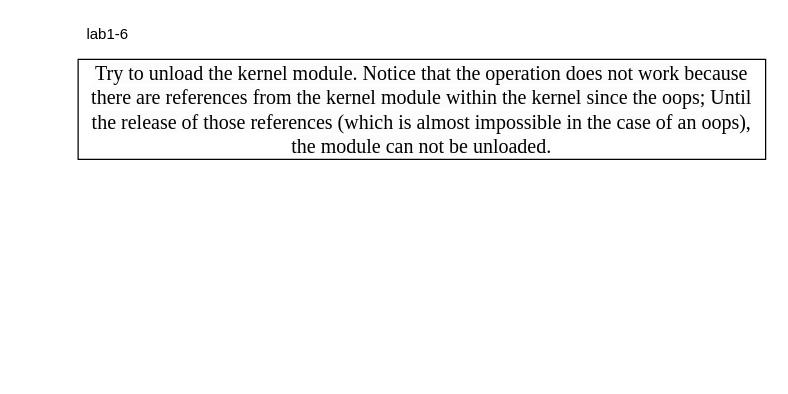
Earlier version of the draw.io diagram page "linux-kernel-lab" (5 of 5) of note_fork.drawio (ganjue66da/ganjue66da). Source tidied: cells renumbered, new cells numbered last; positions are measured from the earlier drawing's top-left corner, leaving out a move shared by most shapes. Both pictures are drawn from the tidied source at 125%, with x=0, y=0 at pixel (78, 21).
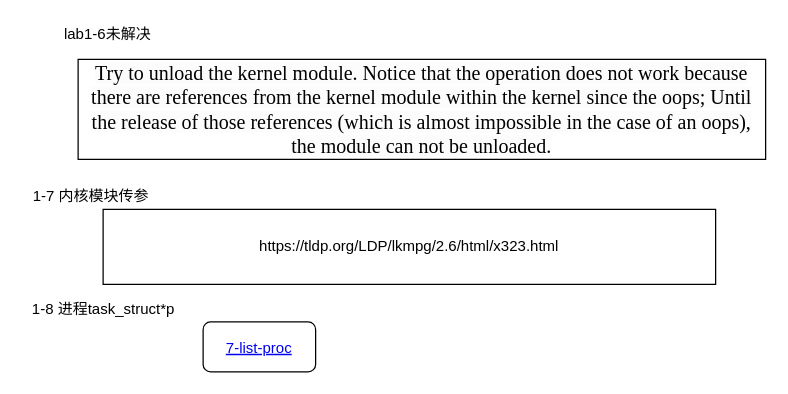
After the change.

What changed in the source:
```diff
@@
 <mxGraphModel>
   <root>
     <mxCell id="0" />
     <mxCell id="1" parent="0" />
-    <mxCell id="2" value="lab1-6&amp;nbsp;" style="text;html=1;align=center;verticalAlign=middle;strokeColor=none;fillColor=none;" parent="1" vertex="1">
-      <mxGeometry width="50" height="20" as="geometry" />
+    <mxCell id="2" value="lab1-6未解决&amp;nbsp;" style="text;html=1;align=center;verticalAlign=middle;strokeColor=none;fillColor=none;" parent="1" vertex="1">
+      <mxGeometry x="-20" width="90" height="20" as="geometry" />
     </mxCell>
     <mxCell id="3" value="&lt;span style=&quot;font-family: serif ; font-size: 16px ; background-color: rgb(252 , 252 , 252)&quot;&gt;Try to unload the kernel module. Notice that the operation does not work because there are references from the kernel module within the kernel since the oops; Until the release of those references (which is almost impossible in the case of an oops), the module can not be unloaded.&lt;/span&gt;" style="rounded=0;whiteSpace=wrap;html=1;" parent="1" vertex="1">
       <mxGeometry y="30" width="550" height="80" as="geometry" />
     </mxCell>
+    <mxCell id="4" value="1-7 内核模块传参" style="text;html=1;align=center;verticalAlign=middle;strokeColor=none;fillColor=none;" parent="1" vertex="1">
+      <mxGeometry x="-45" y="130" width="110" height="20" as="geometry" />
+    </mxCell>
+    <mxCell id="5" value="https://tldp.org/LDP/lkmpg/2.6/html/x323.html" style="whiteSpace=wrap;html=1;" parent="1" vertex="1">
+      <mxGeometry x="20" y="150" width="490" height="60" as="geometry" />
+    </mxCell>
+    <mxCell id="6" value="1-8 进程task_struct*p" style="text;html=1;align=center;verticalAlign=middle;strokeColor=none;fillColor=none;" parent="1" vertex="1">
+      <mxGeometry x="-45" y="220" width="130" height="20" as="geometry" />
+    </mxCell>
+    <mxCell id="7" value="7-list-proc" style="fontColor=#0000EE;fontStyle=4;rounded=1;overflow=hidden;spacing=10;" parent="1" vertex="1">
+      <mxGeometry x="100" y="240" width="90" height="40" as="geometry" />
+    </mxCell>
   </root>
 </mxGraphModel>
```
